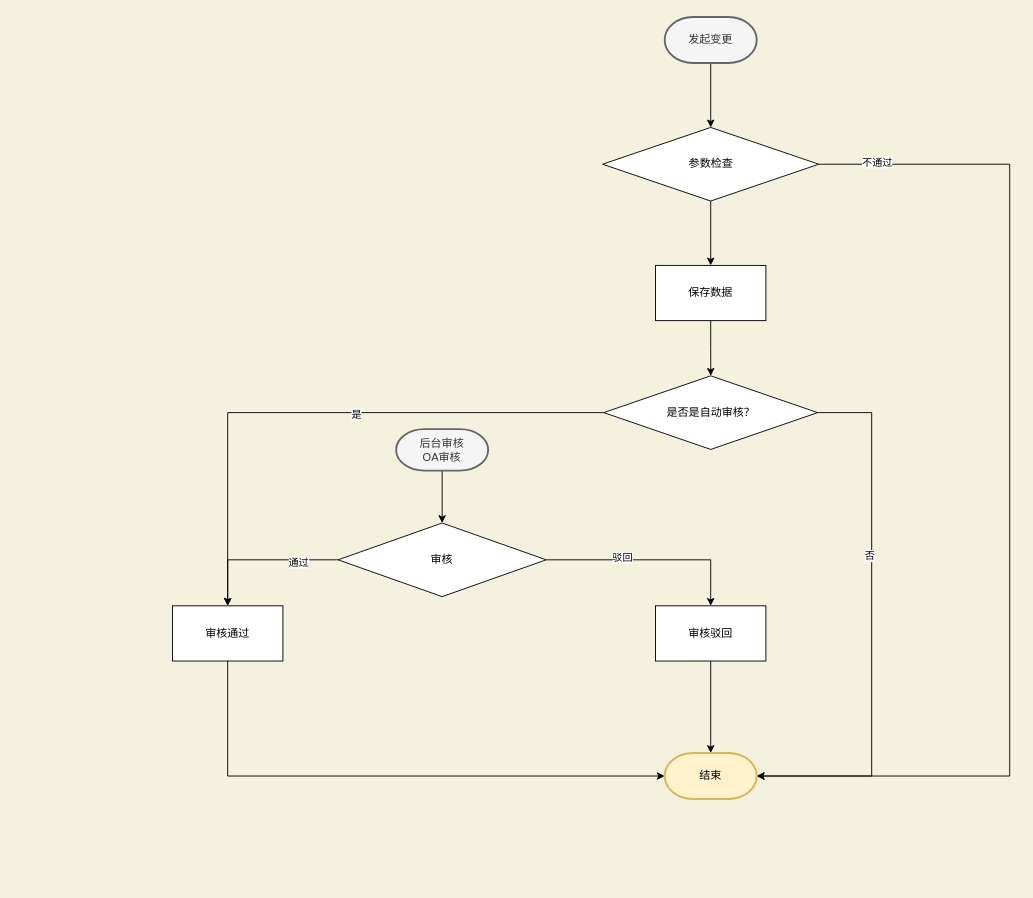
Earlier version of the draw.io diagram Untitled Diagram.drawio (yinyansheng/learngit). Source tidied: cells renumbered, new cells numbered last; positions are measured from the earlier drawing's top-left corner, leaving out a move shared by most shapes. Both pictures are drawn from the tidied source at 92%, with x=0, y=0 at pixel (172, 17).
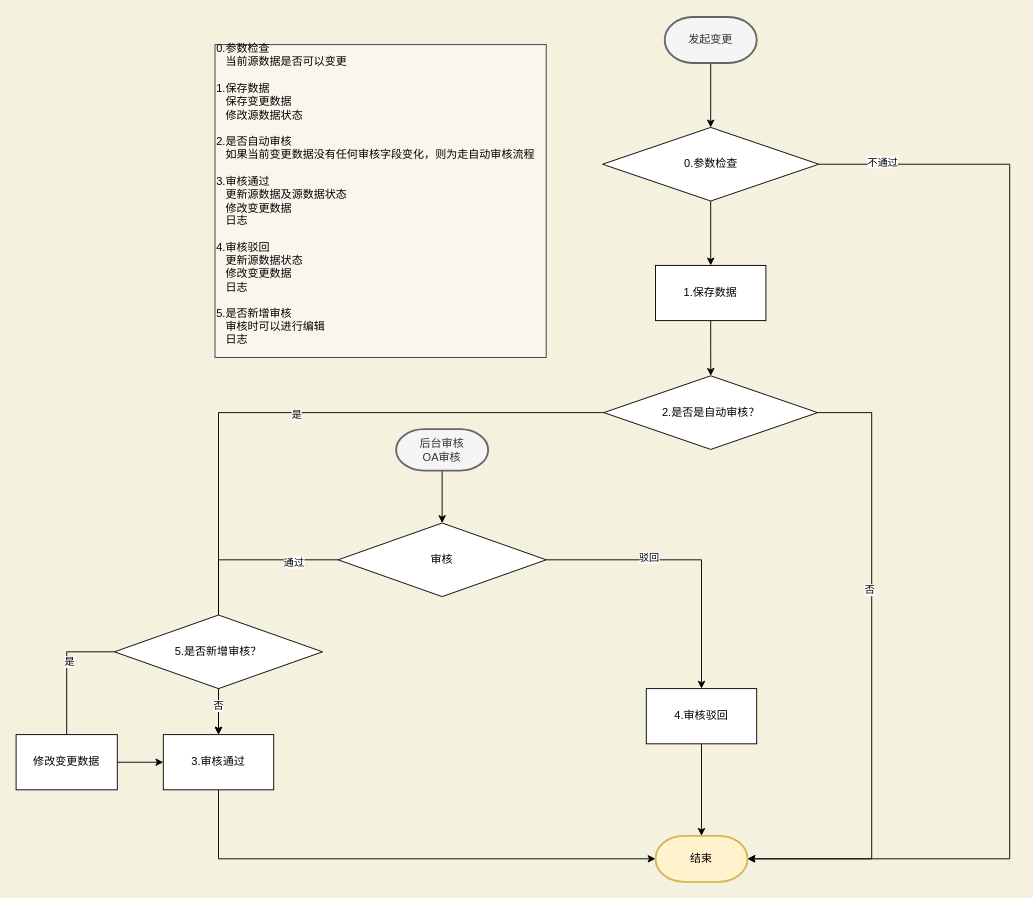
After the change.

The edit, as a diff of the source:
```diff
@@
     <mxCell id="2" style="edgeStyle=orthogonalEdgeStyle;rounded=0;jettySize=auto;html=1;" parent="1" edge="1" source="5" target="17">
       <mxGeometry relative="1" as="geometry">
         <Array as="points">
           <mxPoint x="910" y="160" />
-          <mxPoint x="910" y="825" />
+          <mxPoint x="910" y="915" />
         </Array>
       </mxGeometry>
     </mxCell>
@@
-    <mxCell id="5" value="参数检查" style="rhombus;whiteSpace=wrap;html=1;" parent="1" vertex="1">
+    <mxCell id="5" value="0.参数检查" style="rhombus;whiteSpace=wrap;html=1;" parent="1" vertex="1">
       <mxGeometry x="467.5" y="120" width="235" height="80" as="geometry" />
     </mxCell>
     <mxCell id="6" style="edgeStyle=orthogonalEdgeStyle;rounded=0;jettySize=auto;html=1;entryX=0;entryY=0.5;entryDx=0;entryDy=0;entryPerimeter=0;" parent="1" edge="1" source="7" target="17">
       <mxGeometry relative="1" as="geometry">
         <Array as="points">
-          <mxPoint x="60" y="825" />
+          <mxPoint x="50" y="915" />
         </Array>
       </mxGeometry>
     </mxCell>
-    <mxCell id="7" value="审核通过" style="rounded=0;whiteSpace=wrap;html=1;" parent="1" vertex="1">
-      <mxGeometry y="640" width="120" height="60" as="geometry" />
+    <mxCell id="7" value="3.审核通过" style="rounded=0;whiteSpace=wrap;html=1;" parent="1" vertex="1">
+      <mxGeometry x="-10" y="780" width="120" height="60" as="geometry" />
     </mxCell>
@@
     <mxCell id="10" style="edgeStyle=orthogonalEdgeStyle;rounded=0;jettySize=auto;html=1;" parent="1" edge="1" source="12" target="17">
       <mxGeometry relative="1" as="geometry">
         <Array as="points">
           <mxPoint x="760" y="430" />
-          <mxPoint x="760" y="825" />
+          <mxPoint x="760" y="915" />
         </Array>
       </mxGeometry>
     </mxCell>
@@
-    <mxCell id="12" value="是否是自动审核？" style="rhombus;whiteSpace=wrap;html=1;" parent="1" vertex="1">
+    <mxCell id="12" value="2.是否是自动审核？" style="rhombus;whiteSpace=wrap;html=1;" parent="1" vertex="1">
       <mxGeometry x="468.8" y="390" width="232.5" height="80" as="geometry" />
     </mxCell>
@@
-    <mxCell id="14" value="审核驳回" style="rounded=0;whiteSpace=wrap;html=1;" parent="1" vertex="1">
-      <mxGeometry x="525" y="640" width="120" height="60" as="geometry" />
+    <mxCell id="14" value="4.审核驳回" style="rounded=0;whiteSpace=wrap;html=1;" parent="1" vertex="1">
+      <mxGeometry x="515" y="730" width="120" height="60" as="geometry" />
     </mxCell>
@@
     <mxCell id="17" value="结束" style="strokeWidth=2;html=1;shape=mxgraph.flowchart.terminator;whiteSpace=wrap;fillColor=#fff2cc;strokeColor=#d6b656;" parent="1" vertex="1">
-      <mxGeometry x="535" y="800" width="100" height="50" as="geometry" />
+      <mxGeometry x="525" y="890" width="100" height="50" as="geometry" />
     </mxCell>
@@
-    <mxCell id="19" value="保存数据" style="rounded=0;whiteSpace=wrap;html=1;" parent="1" vertex="1">
+    <mxCell id="19" value="1.保存数据" style="rounded=0;whiteSpace=wrap;html=1;" parent="1" vertex="1">
       <mxGeometry x="525" y="270" width="120" height="60" as="geometry" />
     </mxCell>
@@
-    <mxCell id="24" style="edgeStyle=orthogonalEdgeStyle;rounded=0;jettySize=auto;html=1;exitX=0;exitY=0.5;exitDx=0;exitDy=0;" parent="1" edge="1" source="26" target="7">
-      <mxGeometry relative="1" as="geometry" />
-    </mxCell>
+    <mxCell id="26" value="审核" style="rhombus;whiteSpace=wrap;html=1;" parent="1" vertex="1">
+      <mxGeometry x="180" y="550" width="226.2" height="80" as="geometry" />
+    </mxCell>
+    <mxCell id="27" style="edgeStyle=orthogonalEdgeStyle;rounded=0;jettySize=auto;html=1;" parent="1" edge="1" source="29" target="7">
+      <mxGeometry relative="1" as="geometry" />
+    </mxCell>
+    <mxCell id="28" value="否" style="edgeLabel;html=1;align=center;verticalAlign=middle;" parent="27" vertex="1">
+      <mxGeometry x="-0.27" y="-1" relative="1" as="geometry" />
+    </mxCell>
+    <mxCell id="29" value="5.是否新增审核？" style="rhombus;whiteSpace=wrap;html=1;" parent="1" vertex="1">
+      <mxGeometry x="-63.1" y="650" width="226.2" height="80" as="geometry" />
+    </mxCell>
+    <mxCell id="30" style="edgeStyle=orthogonalEdgeStyle;rounded=0;jettySize=auto;html=1;exitX=0;exitY=0.5;exitDx=0;exitDy=0;endArrow=none;" parent="1" edge="1" source="26" target="29">
+      <mxGeometry relative="1" as="geometry" />
+    </mxCell>
-    <mxCell id="25" value="通过" style="edgeLabel;html=1;align=center;verticalAlign=middle;" parent="24" vertex="1">
+    <mxCell id="25" value="通过" style="edgeLabel;html=1;align=center;verticalAlign=middle;" parent="30" vertex="1">
       <mxGeometry x="-0.48" y="2" relative="1" as="geometry" />
     </mxCell>
-    <mxCell id="26" value="审核" style="rhombus;whiteSpace=wrap;html=1;" parent="1" vertex="1">
-      <mxGeometry x="180" y="550" width="226.2" height="80" as="geometry" />
-    </mxCell>
+    <mxCell id="31" style="edgeStyle=orthogonalEdgeStyle;rounded=0;jettySize=auto;html=1;exitX=1;exitY=0.5;exitDx=0;exitDy=0;entryX=0;entryY=0.5;entryDx=0;entryDy=0;" parent="1" edge="1" source="32" target="7">
+      <mxGeometry relative="1" as="geometry" />
+    </mxCell>
+    <mxCell id="32" value="修改变更数据" style="rounded=0;whiteSpace=wrap;html=1;" parent="1" vertex="1">
+      <mxGeometry x="-170" y="780" width="110" height="60" as="geometry" />
+    </mxCell>
+    <mxCell id="33" style="edgeStyle=orthogonalEdgeStyle;rounded=0;jettySize=auto;html=1;exitX=0;exitY=0.5;exitDx=0;exitDy=0;startArrow=none;endArrow=none;" parent="1" edge="1" source="29" target="32">
+      <mxGeometry relative="1" as="geometry" />
+    </mxCell>
+    <mxCell id="34" value="是" style="edgeLabel;html=1;align=center;verticalAlign=middle;" parent="33" vertex="1">
+      <mxGeometry x="-0.13" y="2" relative="1" as="geometry" />
+    </mxCell>
+    <mxCell id="35" value="&lt;div&gt;0.参数检查&lt;/div&gt;&lt;div&gt;&lt;span&gt;&lt;/span&gt;&amp;nbsp; &amp;nbsp;当前源数据是否可以变更&lt;/div&gt;&lt;div&gt;&lt;br&gt;&lt;/div&gt;&lt;div&gt;1.保存数据&amp;nbsp;&lt;/div&gt;&lt;div&gt;&lt;span&gt;&lt;/span&gt;&amp;nbsp; &amp;nbsp;保存变更数据&lt;/div&gt;&lt;div&gt;&lt;span&gt;&lt;/span&gt;&amp;nbsp; &amp;nbsp;修改源数据状态&lt;/div&gt;&lt;div&gt;&lt;br&gt;&lt;/div&gt;&lt;div&gt;2.是否自动审核&lt;/div&gt;&lt;div&gt;&lt;span&gt;&lt;/span&gt;&amp;nbsp; &amp;nbsp;如果当前变更数据没有任何审核字段变化，则为走自动审核流程&lt;/div&gt;&lt;div&gt;&lt;span&gt; &lt;/span&gt;&lt;/div&gt;&lt;div&gt;&lt;br&gt;&lt;/div&gt;&lt;div&gt;3.审核通过&lt;/div&gt;&lt;div&gt;&lt;span&gt;&lt;/span&gt;&amp;nbsp; &amp;nbsp;更新源数据及源数据状态&lt;/div&gt;&lt;div&gt;&lt;span&gt;&lt;/span&gt;&amp;nbsp; &amp;nbsp;修改变更数据&lt;/div&gt;&lt;div&gt;&lt;span&gt;&lt;/span&gt;&amp;nbsp; &amp;nbsp;日志&lt;/div&gt;&lt;div&gt;&lt;br&gt;&lt;/div&gt;&lt;div&gt;4.审核驳回&amp;nbsp;&lt;/div&gt;&lt;div&gt;&lt;span&gt;&lt;/span&gt;&amp;nbsp; &amp;nbsp;更新源数据状态&lt;/div&gt;&lt;div&gt;&lt;span&gt;&lt;/span&gt;&amp;nbsp; &amp;nbsp;修改变更数据&lt;/div&gt;&lt;div&gt;&lt;span&gt;&lt;/span&gt;&amp;nbsp; &amp;nbsp;日志&lt;/div&gt;&lt;div&gt;&lt;br&gt;&lt;/div&gt;&lt;div&gt;5.是否新增审核&lt;/div&gt;&lt;div&gt;&lt;span&gt;&lt;/span&gt;&amp;nbsp; &amp;nbsp;审核时可以进行编辑&lt;/div&gt;&lt;div&gt;&amp;nbsp; &amp;nbsp;日志&lt;/div&gt;&lt;div&gt;&lt;br&gt;&lt;/div&gt;" style="text;html=1;align=left;verticalAlign=middle;strokeColor=#36393d;fillColor=#f9f7ed;" parent="1" vertex="1">
+      <mxGeometry x="46.2" y="30" width="360" height="340" as="geometry" />
+    </mxCell>
```
